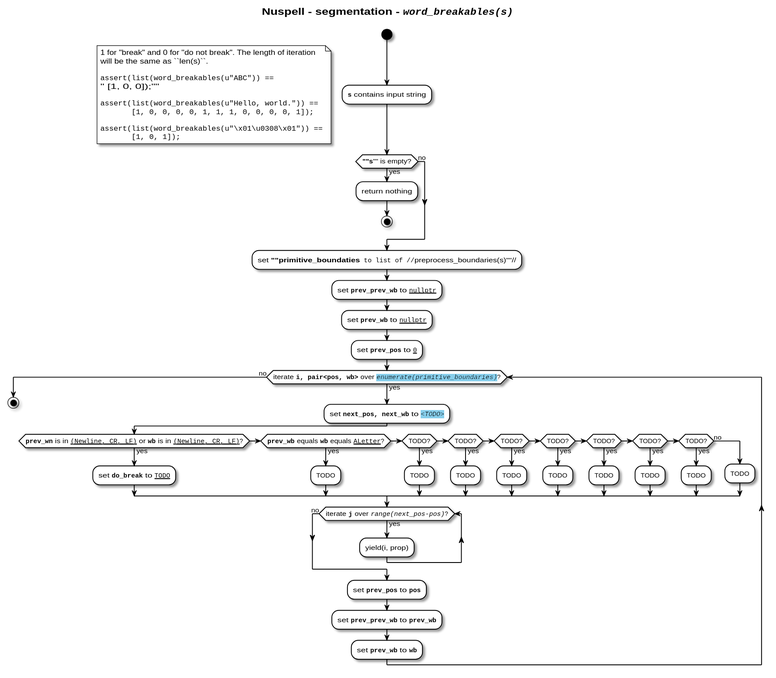
This is uml/activity-diagrams/segmentation-word_breakables-activity-diagram.svg from nuspell/misc-nuspell, a PlantUML export, as it was before one commit.
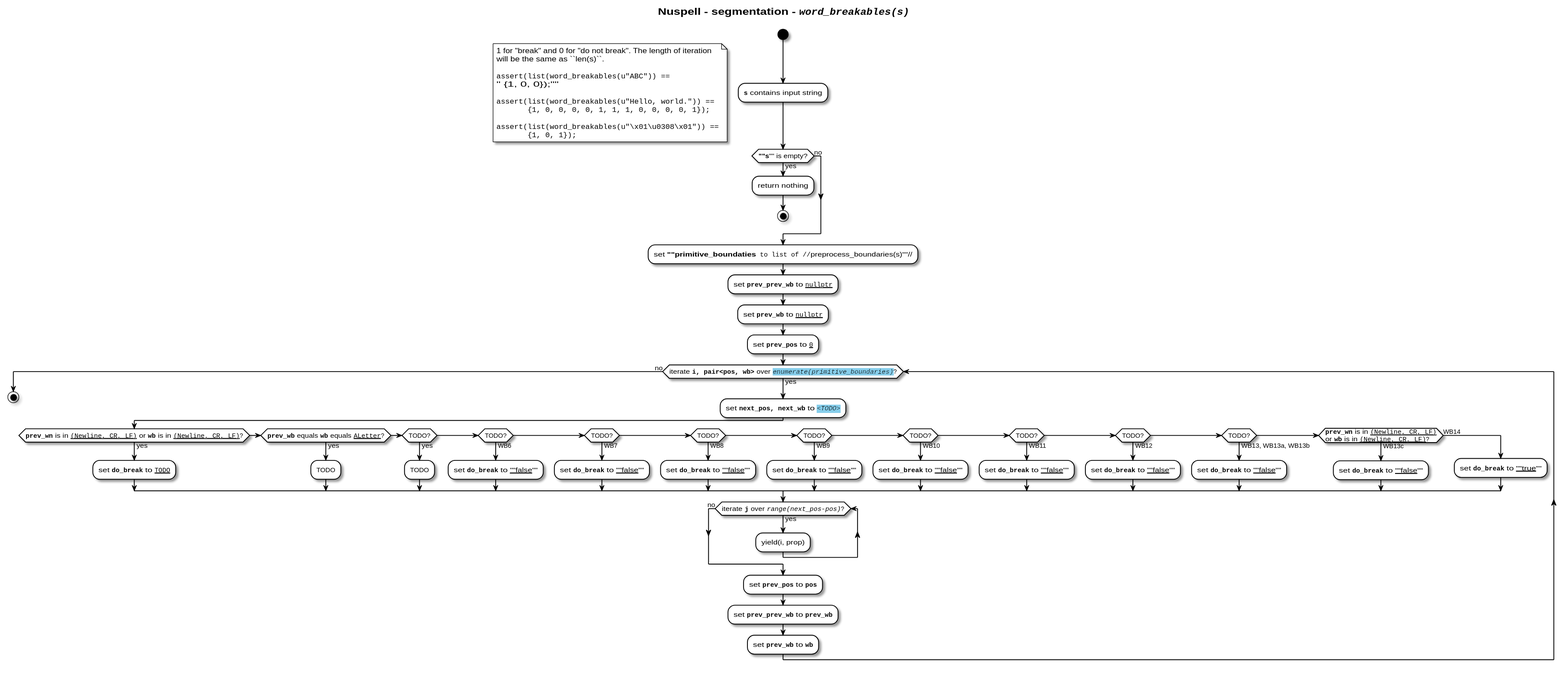
After the commit.

What changed in the source:
```diff
@@ -20,13 +20,13 @@
     will be the same as ``len(s)``.
 
     ""assert(list(word_breakables(u"ABC")) ==""
-    "        [1, 0, 0]);""
+    "        {1, 0, 0});""
 
     ""assert(list(word_breakables(u"Hello, world.")) ==""
-    ""       [1, 0, 0, 0, 0, 1, 1, 1, 0, 0, 0, 0, 1]);""
+    ""       {1, 0, 0, 0, 0, 1, 1, 1, 0, 0, 0, 0, 1});""
 
     ""assert(list(word_breakables(u"\x01\u0308\x01")) ==""
-    ""       [1, 0, 1]);""
+    ""       {1, 0, 1});""
 end note
 
 if (**""s**"" is empty?) then (yes)
@@ -49,19 +49,35 @@
     elseif (TODO?) then (yes)
         :TODO;
     elseif (TODO?) then (yes)
-        :TODO;
+        -[#black]-> WB6;
+        :set **""do_break""** to __""false__"";
     elseif (TODO?) then (yes)
-        :TODO;
+        -[#black]-> WB7;
+        :set **""do_break""** to __""false__"";
     elseif (TODO?) then (yes)
-        :TODO;
+        -[#black]-> WB8;
+        :set **""do_break""** to __""false__"";
     elseif (TODO?) then (yes)
-        :TODO;
+        -[#black]-> WB9;
+        :set **""do_break""** to __""false__"";
     elseif (TODO?) then (yes)
-        :TODO;
+        -[#black]-> WB10;
+        :set **""do_break""** to __""false__"";
     elseif (TODO?) then (yes)
-        :TODO;
+        -[#black]-> WB11;
+        :set **""do_break""** to __""false__"";
+    elseif (TODO?) then (yes)
+        -[#black]-> WB12;
+        :set **""do_break""** to __""false__"";
+    elseif (TODO?) then (yes)
+        -[#black]-> WB13, WB13a, WB13b;
+        :set **""do_break""** to __""false__"";
+    elseif (**""prev_wn""** is in ""__(Newline, CR, LF)__""\nor **""wb""** is in __""(Newline, CR, LF)""__?) then (yes)
+        -[#black]-> WB13c;
+        :set **""do_break""** to __""false__"";
     else (no)
-        :TODO;
+        -[#black]-> WB14;
+        :set **""do_break""** to __""true__"";
     endif
 
     while (iterate **""j""** over //""range(next_pos-pos)""//?) is (yes)
```
